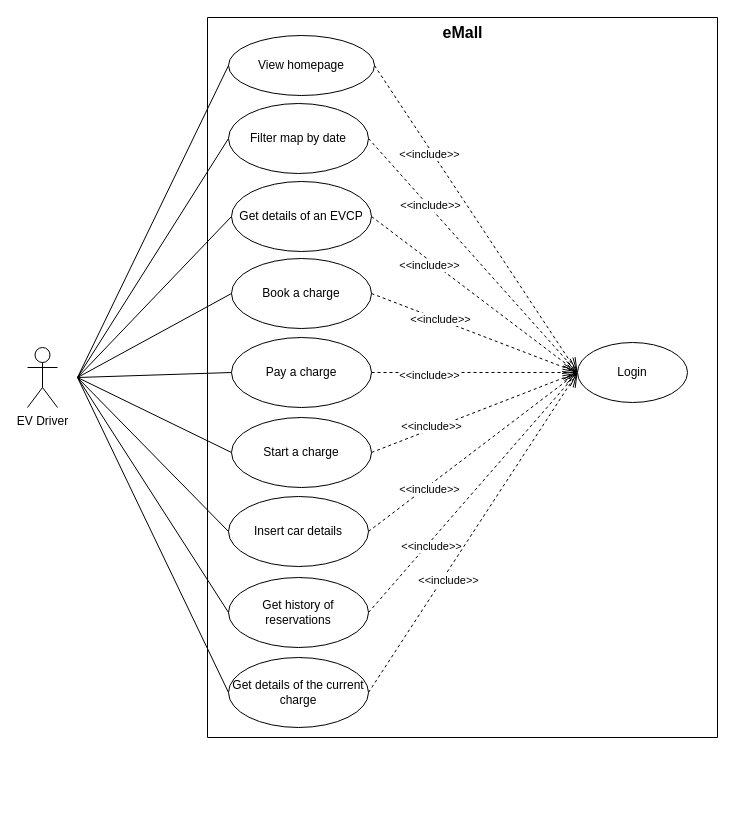
gio-del/eMall keeps this draw.io diagram as RASD/src/use_case_diagram/driver.drawio. Above is the earlier version. Source tidied: cells renumbered, new cells numbered last; positions are measured from the earlier drawing's top-left corner, leaving out a move shared by most shapes. Both pictures are drawn from the tidied source at 100%, with x=0, y=0 at pixel (27, 17).
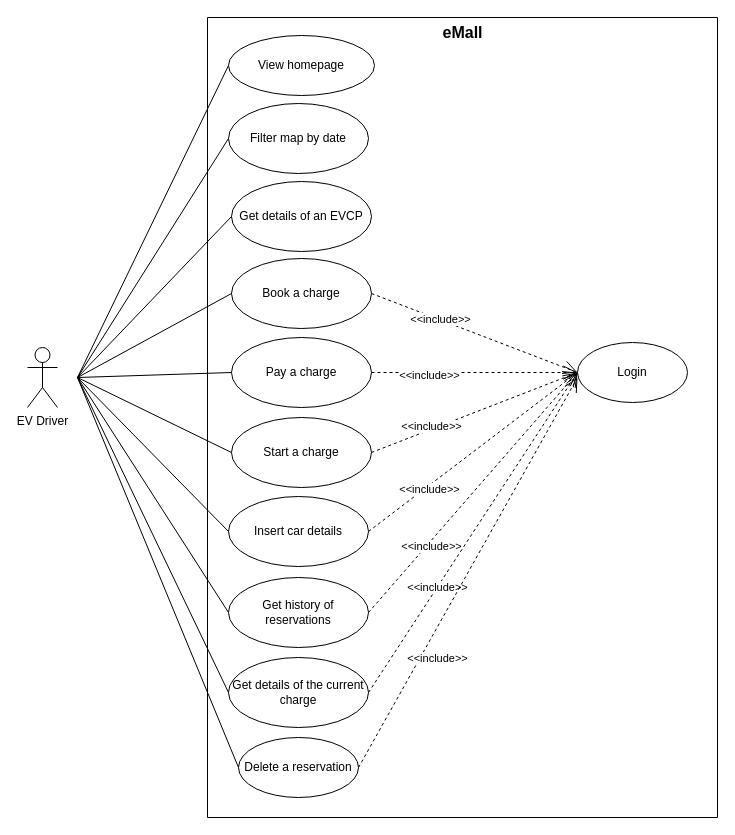
After the change.

Commit message (it also covers changes not shown here):
use cases

The change refers to these unchanged cells:
```xml
<mxCell id="5" value="Login" style="ellipse;whiteSpace=wrap;html=1;strokeWidth=1;" parent="3" vertex="1">
  <mxGeometry x="370" y="325" width="110" height="60" as="geometry" />
</mxCell>
<mxCell id="6" value="View homepage" style="ellipse;whiteSpace=wrap;html=1;strokeWidth=1;" parent="3" vertex="1">
  <mxGeometry x="21" y="18" width="146" height="60" as="geometry" />
</mxCell>
<mxCell id="7" value="Filter map by date" style="ellipse;whiteSpace=wrap;html=1;strokeWidth=1;" parent="3" vertex="1">
  <mxGeometry x="21" y="86" width="140" height="70" as="geometry" />
</mxCell>
<mxCell id="8" value="Get details of an EVCP" style="ellipse;whiteSpace=wrap;html=1;strokeWidth=1;" parent="3" vertex="1">
  <mxGeometry x="24" y="164" width="140" height="70" as="geometry" />
</mxCell>
<mxCell id="14" value="Get details of the current charge" style="ellipse;whiteSpace=wrap;html=1;strokeWidth=1;" parent="3" vertex="1">
  <mxGeometry x="21" y="640" width="140" height="70" as="geometry" />
</mxCell>
```

What changed in the source:
```diff
@@
     <mxCell id="3" style="swimlane;startSize=0;" parent="1" vertex="1">
-      <mxGeometry x="180" width="510" height="720" as="geometry" />
+      <mxGeometry x="180" width="510" height="800" as="geometry" />
     </mxCell>
@@
-    <mxCell id="15" value="&amp;lt;&amp;lt;include&amp;gt;&amp;gt;" style="endArrow=open;endSize=12;dashed=1;html=1;rounded=0;entryX=0;entryY=0.5;entryDx=0;entryDy=0;exitX=1;exitY=0.5;exitDx=0;exitDy=0;" parent="3" edge="1" source="6" target="5">
-      <mxGeometry x="-0.43" y="-3" relative="1" as="geometry" />
-    </mxCell>
-    <mxCell id="16" value="&amp;lt;&amp;lt;include&amp;gt;&amp;gt;" style="endArrow=open;endSize=12;dashed=1;html=1;rounded=0;entryX=0;entryY=0.5;entryDx=0;entryDy=0;exitX=1;exitY=0.5;exitDx=0;exitDy=0;" parent="3" edge="1" source="7" target="5">
-      <mxGeometry x="-0.42" y="2" relative="1" as="geometry" />
-    </mxCell>
-    <mxCell id="17" value="&amp;lt;&amp;lt;include&amp;gt;&amp;gt;" style="endArrow=open;endSize=12;dashed=1;html=1;rounded=0;entryX=0;entryY=0.5;entryDx=0;entryDy=0;exitX=1;exitY=0.5;exitDx=0;exitDy=0;" parent="3" edge="1" source="8" target="5">
-      <mxGeometry x="-0.41" y="-4" relative="1" as="geometry" />
-    </mxCell>
@@
     <mxCell id="23" value="&amp;lt;&amp;lt;include&amp;gt;&amp;gt;" style="endArrow=open;endSize=12;dashed=1;html=1;rounded=0;entryX=0;entryY=0.5;entryDx=0;entryDy=0;exitX=1;exitY=0.5;exitDx=0;exitDy=0;" parent="3" edge="1" source="14" target="5">
-      <mxGeometry x="-0.28" y="-6" relative="1" as="geometry" />
+      <mxGeometry x="-0.34" relative="1" as="geometry" />
     </mxCell>
+    <mxCell id="33" value="Delete a reservation" style="ellipse;whiteSpace=wrap;html=1;" parent="3" vertex="1">
+      <mxGeometry x="31" y="720" width="120" height="60" as="geometry" />
+    </mxCell>
@@
+    <mxCell id="34" value="&amp;lt;&amp;lt;include&amp;gt;&amp;gt;" style="endArrow=open;endSize=12;dashed=1;html=1;rounded=0;exitX=1;exitY=0.5;exitDx=0;exitDy=0;" parent="1" edge="1" source="33">
+      <mxGeometry x="-0.4" y="-15" relative="1" as="geometry">
+        <mxPoint x="550" y="360" as="targetPoint" />
+      </mxGeometry>
+    </mxCell>
+    <mxCell id="35" style="endArrow=none;html=1;rounded=0;entryX=0;entryY=0.5;entryDx=0;entryDy=0;" parent="1" edge="1" target="33">
+      <mxGeometry relative="1" as="geometry">
+        <mxPoint x="50" y="360" as="sourcePoint" />
+      </mxGeometry>
+    </mxCell>
```
